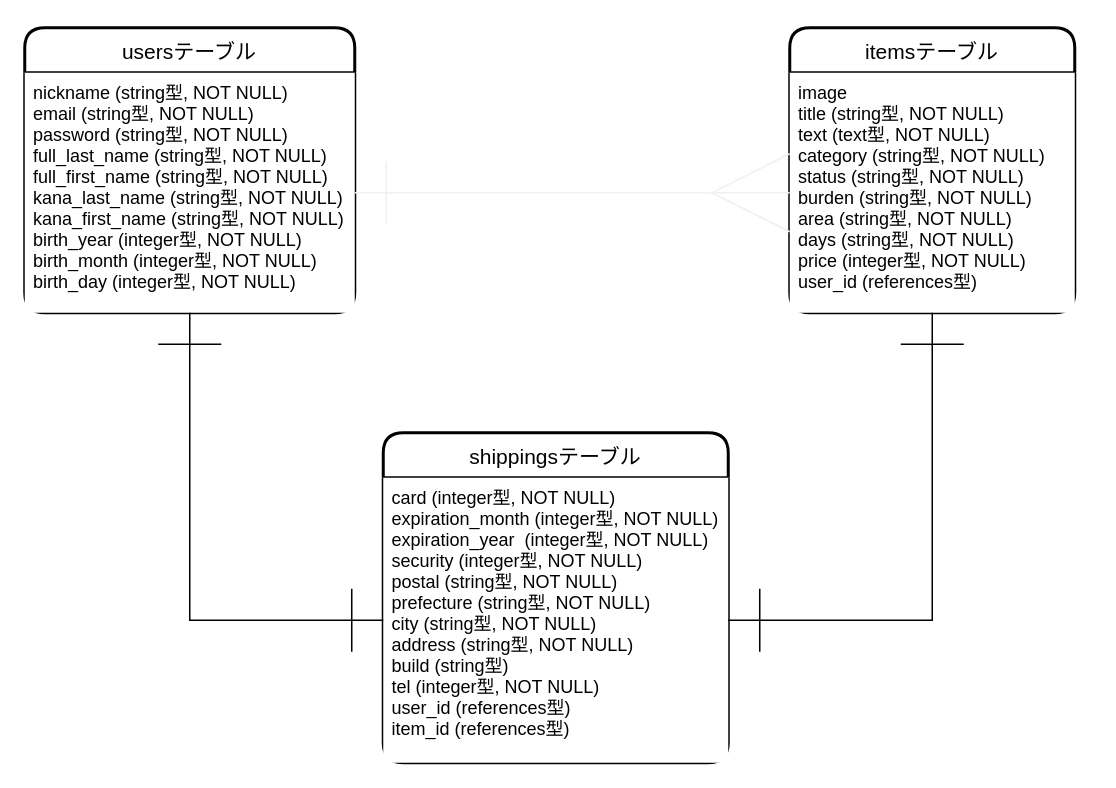
Above: furima.dio in ks251111/furima-34349 (draw.io), before the change. Source tidied: cells renumbered, new cells numbered last; positions are measured from the earlier drawing's top-left corner, leaving out a move shared by most shapes. Both pictures are drawn from the tidied source at 150%, with x=0, y=0 at pixel (24, 27).
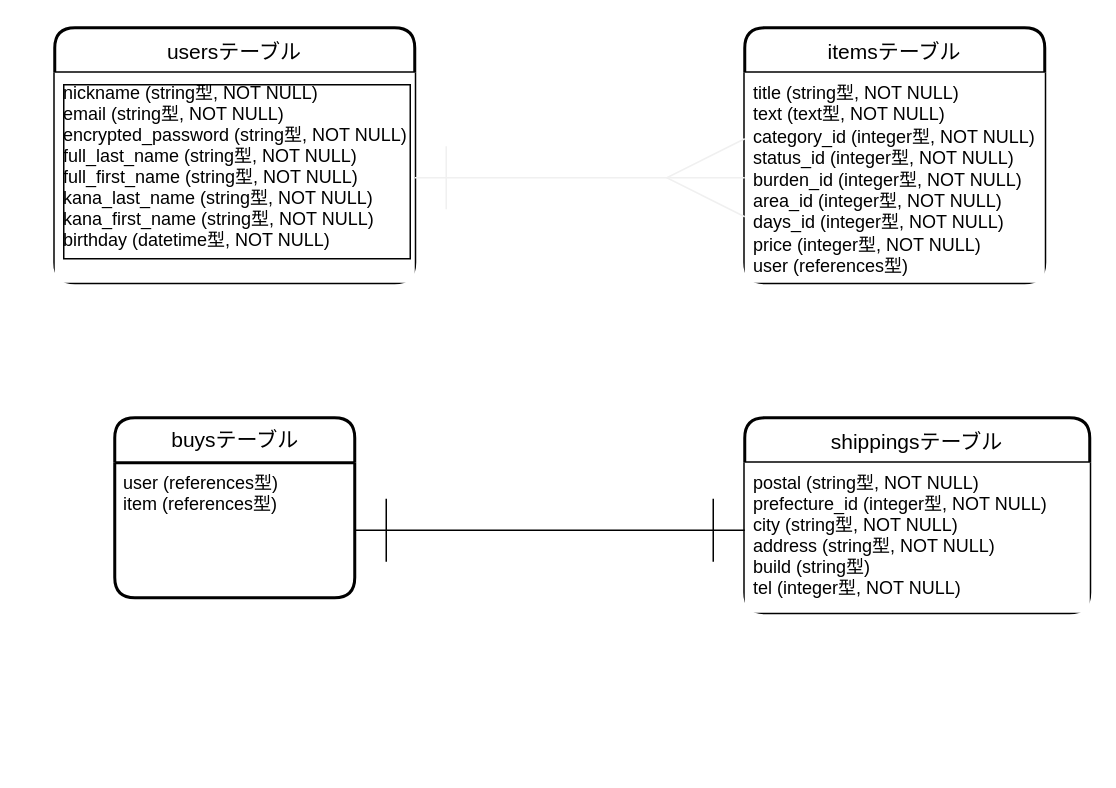
The same diagram, later.

Commit message (it also covers changes not shown here):
データベース設計の修正

The edit, as a diff of the source:
```diff
@@
 <mxGraphModel>
   <root>
     <mxCell id="0" />
     <mxCell id="1" parent="0" />
     <mxCell id="2" value="usersテーブル" style="swimlane;horizontal=1;startSize=30;rounded=1;fontSize=14;fontStyle=0;strokeWidth=2;shadow=0;dashed=0;align=center;labelBackgroundColor=none;" parent="1" vertex="1">
-      <mxGeometry width="220" height="190" as="geometry" />
+      <mxGeometry x="20" width="240" height="170" as="geometry" />
     </mxCell>
-    <mxCell id="3" value="nickname (string型, NOT NULL)&#10;email (string型, NOT NULL)&#10;password (string型, NOT NULL)&#10;full_last_name (string型, NOT NULL)&#10;full_first_name (string型, NOT NULL)&#10;kana_last_name (string型, NOT NULL)&#10;kana_first_name (string型, NOT NULL)&#10;birth_year (integer型, NOT NULL)&#10;birth_month (integer型, NOT NULL)&#10;birth_day (integer型, NOT NULL)&#10;" style="align=left;strokeColor=none;spacingLeft=4;fontSize=12;verticalAlign=top;labelBackgroundColor=none;" parent="2" vertex="1">
-      <mxGeometry y="30" width="220" height="160" as="geometry" />
+    <mxCell id="3" value="nickname (string型, NOT NULL)&#10;email (string型, NOT NULL)&#10;encrypted_password (string型, NOT NULL)&#10;full_last_name (string型, NOT NULL)&#10;full_first_name (string型, NOT NULL)&#10;kana_last_name (string型, NOT NULL)&#10;kana_first_name (string型, NOT NULL)&#10;birthday (datetime型, NOT NULL)&#10;" style="align=left;strokeColor=none;spacingLeft=4;fontSize=12;verticalAlign=top;labelBackgroundColor=none;labelBorderColor=#000000;" parent="2" vertex="1">
+      <mxGeometry y="30" width="240" height="140" as="geometry" />
     </mxCell>
     <mxCell id="4" value="itemsテーブル" style="swimlane;horizontal=1;startSize=30;rounded=1;fontSize=14;fontStyle=0;strokeWidth=2;shadow=0;dashed=0;align=center;" parent="1" vertex="1">
-      <mxGeometry x="510" width="190" height="190" as="geometry" />
+      <mxGeometry x="480" width="200" height="170" as="geometry" />
     </mxCell>
-    <mxCell id="5" value="image&#10;title (string型, NOT NULL)&#10;text (text型, NOT NULL)&#10;category (string型, NOT NULL)&#10;status (string型, NOT NULL)&#10;burden (string型, NOT NULL)&#10;area (string型, NOT NULL)&#10;days (string型, NOT NULL)&#10;price (integer型, NOT NULL)&#10;user_id (references型)" style="align=left;strokeColor=none;spacingLeft=4;fontSize=12;verticalAlign=top;" parent="4" vertex="1">
-      <mxGeometry y="30" width="190" height="160" as="geometry" />
+    <mxCell id="5" value="title (string型, NOT NULL)&lt;br&gt;text (text型, NOT NULL)&lt;br&gt;category_id (integer型, NOT NULL)&lt;br&gt;status_id (integer型, NOT NULL)&lt;br&gt;burden_id (integer型, NOT NULL)&lt;br&gt;area_id (integer型, NOT NULL)&lt;br&gt;days_id (integer型, NOT NULL)&lt;br&gt;price&amp;nbsp;(integer型, NOT NULL)&lt;br&gt;user (references型)" style="align=left;strokeColor=none;spacingLeft=4;fontSize=12;verticalAlign=top;html=1;" parent="4" vertex="1">
+      <mxGeometry y="30" width="200" height="140" as="geometry" />
     </mxCell>
     <mxCell id="6" value="shippingsテーブル" style="swimlane;horizontal=1;startSize=30;rounded=1;fontSize=14;fontStyle=0;strokeWidth=2;shadow=0;dashed=0;align=center;" parent="1" vertex="1">
-      <mxGeometry x="239" y="270" width="230" height="220" as="geometry" />
+      <mxGeometry x="480" y="260" width="230" height="130" as="geometry" />
     </mxCell>
-    <mxCell id="7" value="card (integer型, NOT NULL)&#10;expiration_month (integer型, NOT NULL)&#10;expiration_year  (integer型, NOT NULL)&#10;security (integer型, NOT NULL)&#10;postal (string型, NOT NULL)&#10;prefecture (string型, NOT NULL)&#10;city (string型, NOT NULL)&#10;address (string型, NOT NULL)&#10;build (string型)&#10;tel (integer型, NOT NULL)&#10;user_id (references型)&#10;item_id (references型)" style="align=left;strokeColor=none;spacingLeft=4;fontSize=12;verticalAlign=top;" parent="6" vertex="1">
-      <mxGeometry y="30" width="230" height="190" as="geometry" />
+    <mxCell id="7" value="postal (string型, NOT NULL)&#10;prefecture_id (integer型, NOT NULL)&#10;city (string型, NOT NULL)&#10;address (string型, NOT NULL)&#10;build (string型)&#10;tel (integer型, NOT NULL)" style="align=left;strokeColor=none;spacingLeft=4;fontSize=12;verticalAlign=top;" parent="6" vertex="1">
+      <mxGeometry y="30" width="230" height="100" as="geometry" />
     </mxCell>
-    <mxCell id="8" style="edgeStyle=orthogonalEdgeStyle;rounded=0;jettySize=auto;html=1;exitX=0.5;exitY=1;exitDx=0;exitDy=0;entryX=0;entryY=0.5;entryDx=0;entryDy=0;endArrow=ERone;endFill=0;startArrow=ERone;startFill=0;endSize=40;startSize=40;" parent="1" edge="1" source="3" target="7">
-      <mxGeometry relative="1" as="geometry" />
-    </mxCell>
-    <mxCell id="9" style="edgeStyle=orthogonalEdgeStyle;rounded=0;jettySize=auto;html=1;exitX=0.5;exitY=1;exitDx=0;exitDy=0;entryX=1;entryY=0.5;entryDx=0;entryDy=0;endArrow=ERone;endFill=0;startArrow=ERone;startFill=0;endSize=40;startSize=40;" parent="1" edge="1" source="5" target="7">
-      <mxGeometry relative="1" as="geometry" />
-    </mxCell>
     <mxCell id="10" style="edgeStyle=orthogonalEdgeStyle;rounded=0;jettySize=auto;html=1;exitX=1;exitY=0.5;exitDx=0;exitDy=0;entryX=0;entryY=0.5;entryDx=0;entryDy=0;startArrow=ERone;startFill=0;endArrow=ERmany;endFill=0;strokeColor=#f0f0f0;endSize=50;startSize=40;" parent="1" edge="1" source="3" target="5">
       <mxGeometry relative="1" as="geometry" />
     </mxCell>
+    <mxCell id="11" value="buysテーブル" style="swimlane;horizontal=1;startSize=30;rounded=1;fontSize=14;fontStyle=0;strokeWidth=2;shadow=0;dashed=0;align=center;html=1;" parent="1" vertex="1">
+      <mxGeometry x="60" y="260" width="160" height="120" as="geometry" />
+    </mxCell>
+    <mxCell id="12" value="user (references型)&#10;item (references型)" style="align=left;strokeColor=none;fillColor=none;spacingLeft=4;fontSize=12;verticalAlign=top;" parent="11" vertex="1">
+      <mxGeometry y="30" width="160" height="90" as="geometry" />
+    </mxCell>
+    <mxCell id="13" style="edgeStyle=orthogonalEdgeStyle;rounded=0;jettySize=auto;html=1;endArrow=ERone;endFill=0;startArrow=ERone;startFill=0;endSize=40;startSize=40;" parent="1" edge="1" source="12">
+      <mxGeometry relative="1" as="geometry">
+        <mxPoint x="480" y="335" as="targetPoint" />
+      </mxGeometry>
+    </mxCell>
   </root>
 </mxGraphModel>
```
